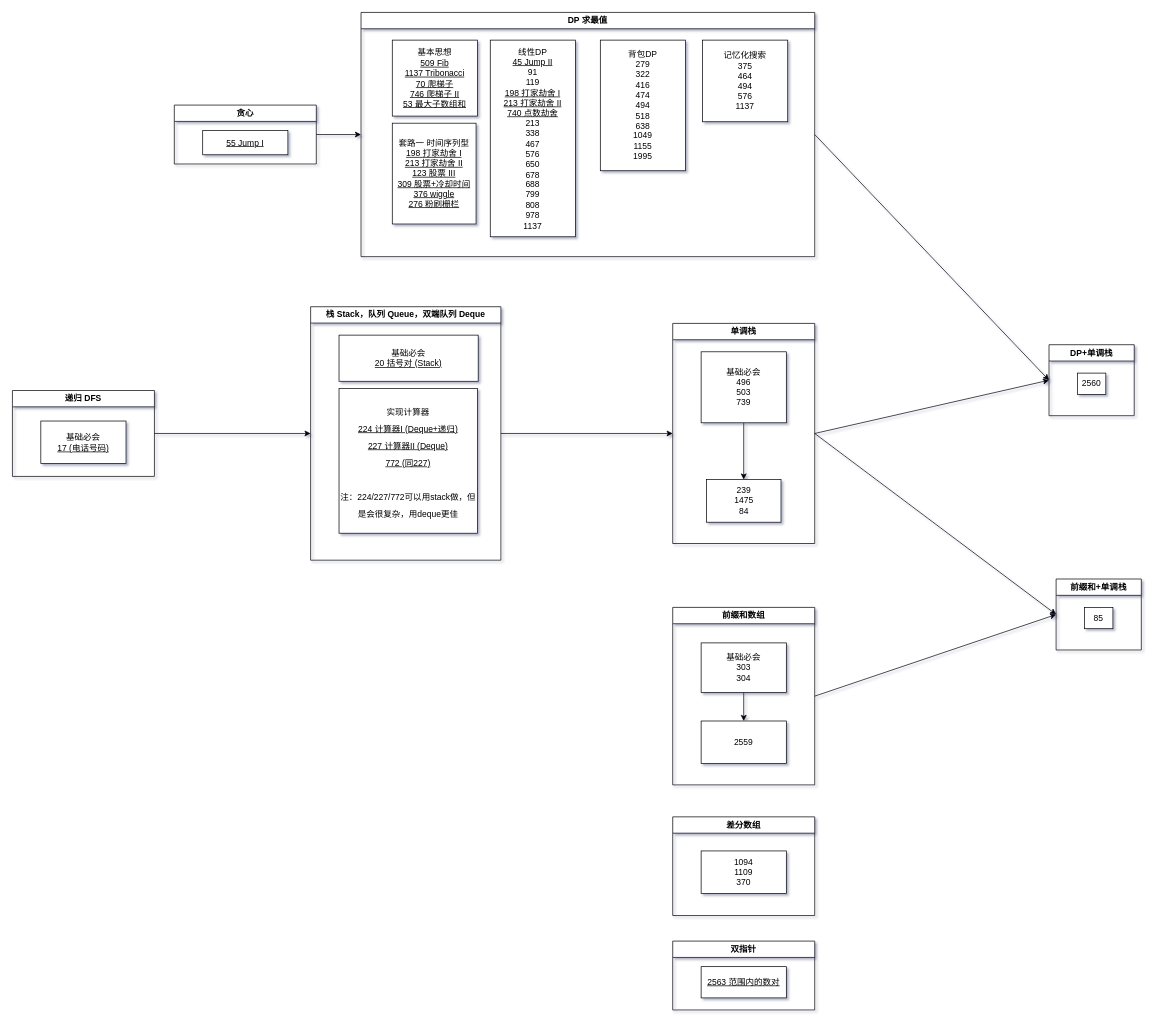
jssonx/algo-playground keeps this draw.io diagram as drawio/map.drawio. Above is the earlier version. Source tidied: cells renumbered, new cells numbered last; positions are measured from the earlier drawing's top-left corner, leaving out a move shared by most shapes. Both pictures are drawn from the tidied source at 71%, with x=0, y=0 at pixel (12, 12).
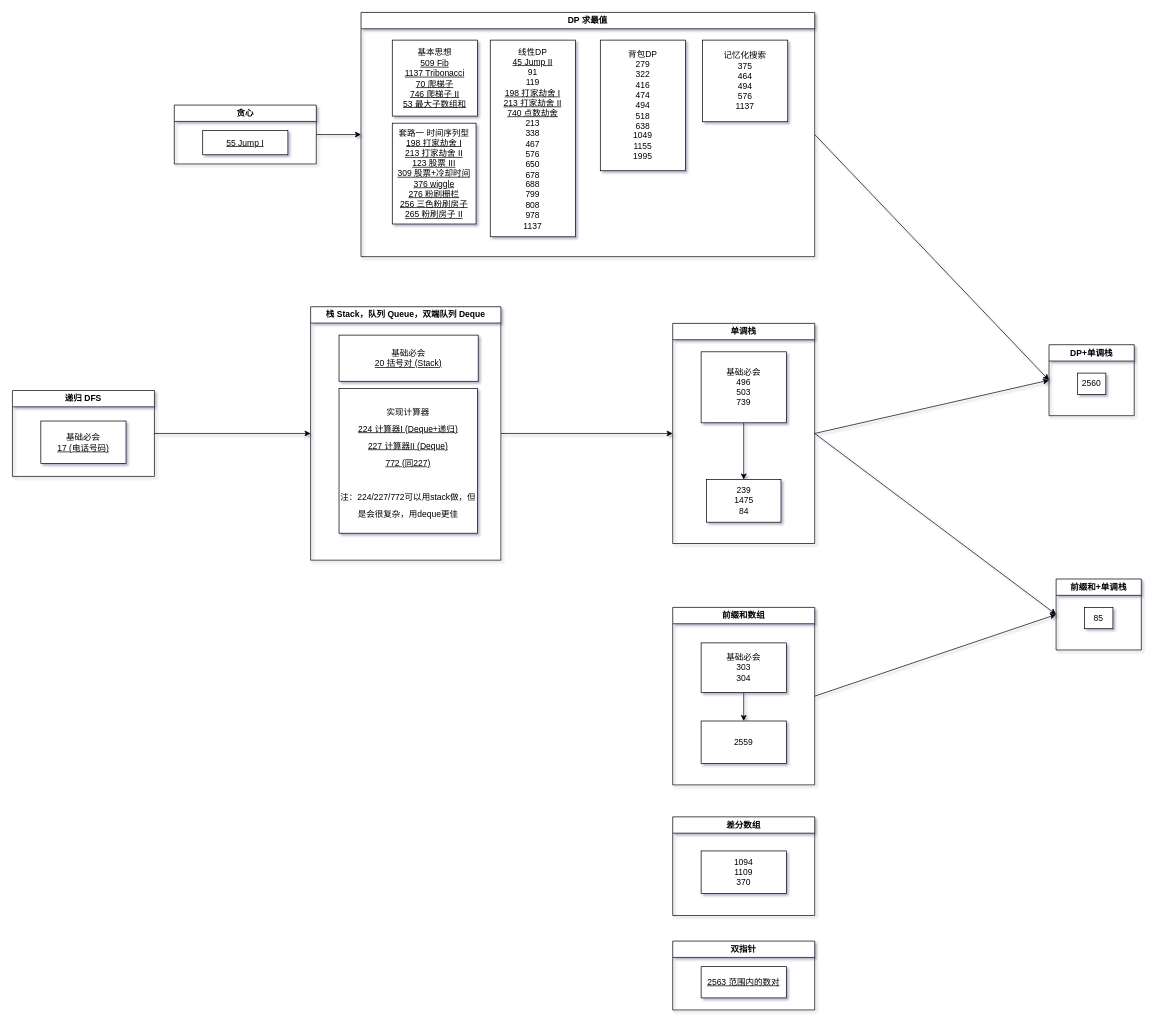
The same page after the edit.

The change refers to these unchanged cells:
```xml
<mxCell id="18" value="DP 求最值" style="swimlane;whiteSpace=wrap;html=1;rounded=0;" parent="1" vertex="1">
  <mxGeometry x="491" width="639" height="344" as="geometry" />
</mxCell>
```

Diff of the diagram source:
```diff
@@
-    <mxCell id="22" value="套路一 时间序列型&lt;br&gt;&lt;u&gt;198 打家劫舍 I&lt;/u&gt;&lt;br&gt;&lt;u&gt;213 打家劫舍 II&lt;/u&gt;&lt;br&gt;&lt;u&gt;123 股票 III&lt;br&gt;309 股票+冷却时间&lt;br&gt;376 wiggle&lt;br&gt;276 粉刷栅栏&lt;br&gt;&lt;/u&gt;" style="whiteSpace=wrap;html=1;" parent="18" vertex="1">
+    <mxCell id="22" value="套路一 时间序列型&lt;br&gt;&lt;u&gt;198 打家劫舍 I&lt;/u&gt;&lt;br&gt;&lt;u&gt;213 打家劫舍 II&lt;/u&gt;&lt;br&gt;&lt;u&gt;123 股票 III&lt;br&gt;309 股票+冷却时间&lt;br&gt;376 wiggle&lt;br&gt;276 粉刷栅栏&lt;br&gt;256 三色粉刷房子&lt;br&gt;265 粉刷房子 II&lt;br&gt;&lt;/u&gt;" style="whiteSpace=wrap;html=1;" parent="18" vertex="1">
       <mxGeometry x="44" y="156" width="118" height="142" as="geometry" />
     </mxCell>
```
